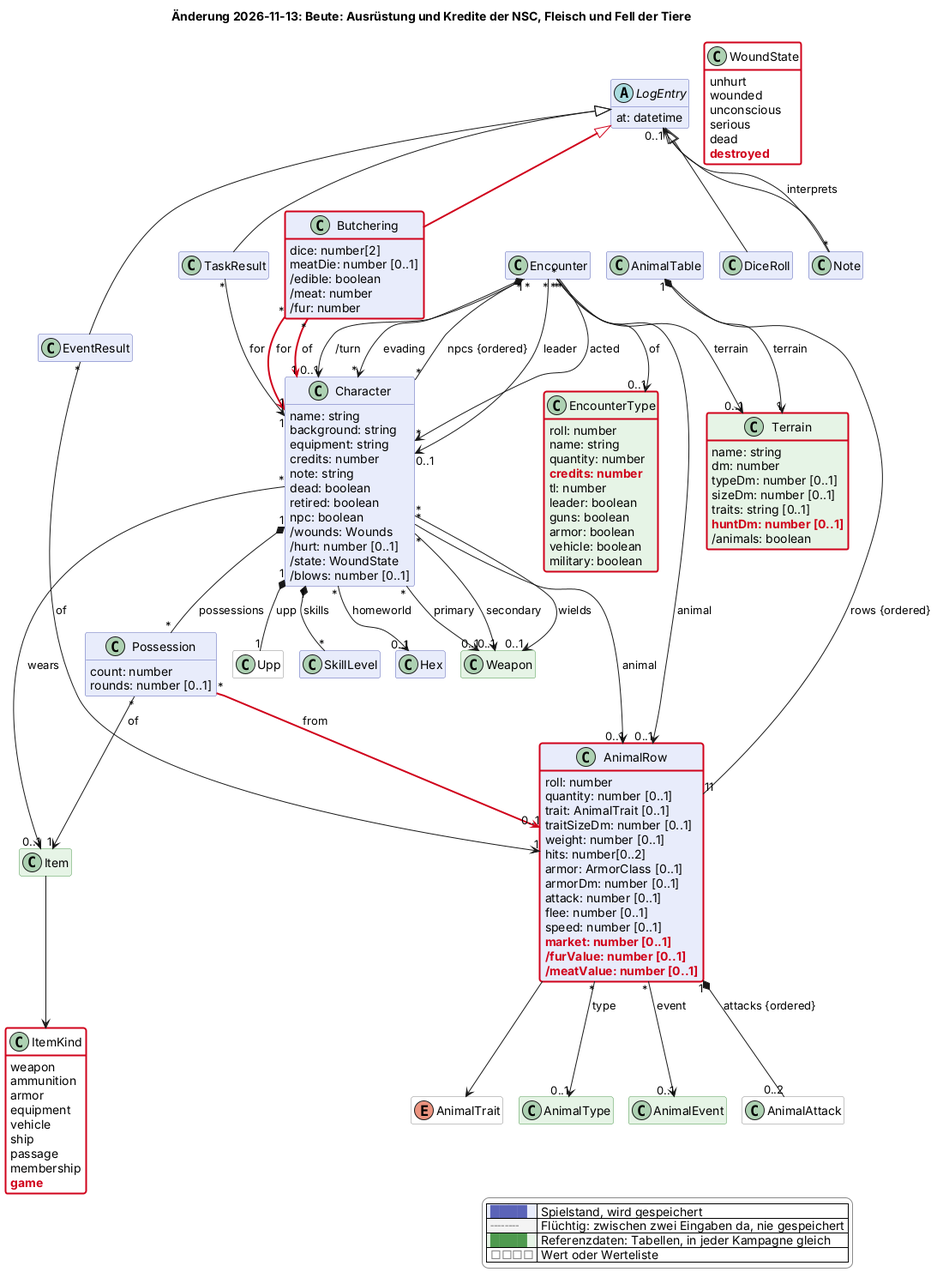
This is docs/changes/2026-11-13-beute.png from scuzzar/SRE, a PlantUML export, as it was before one commit.
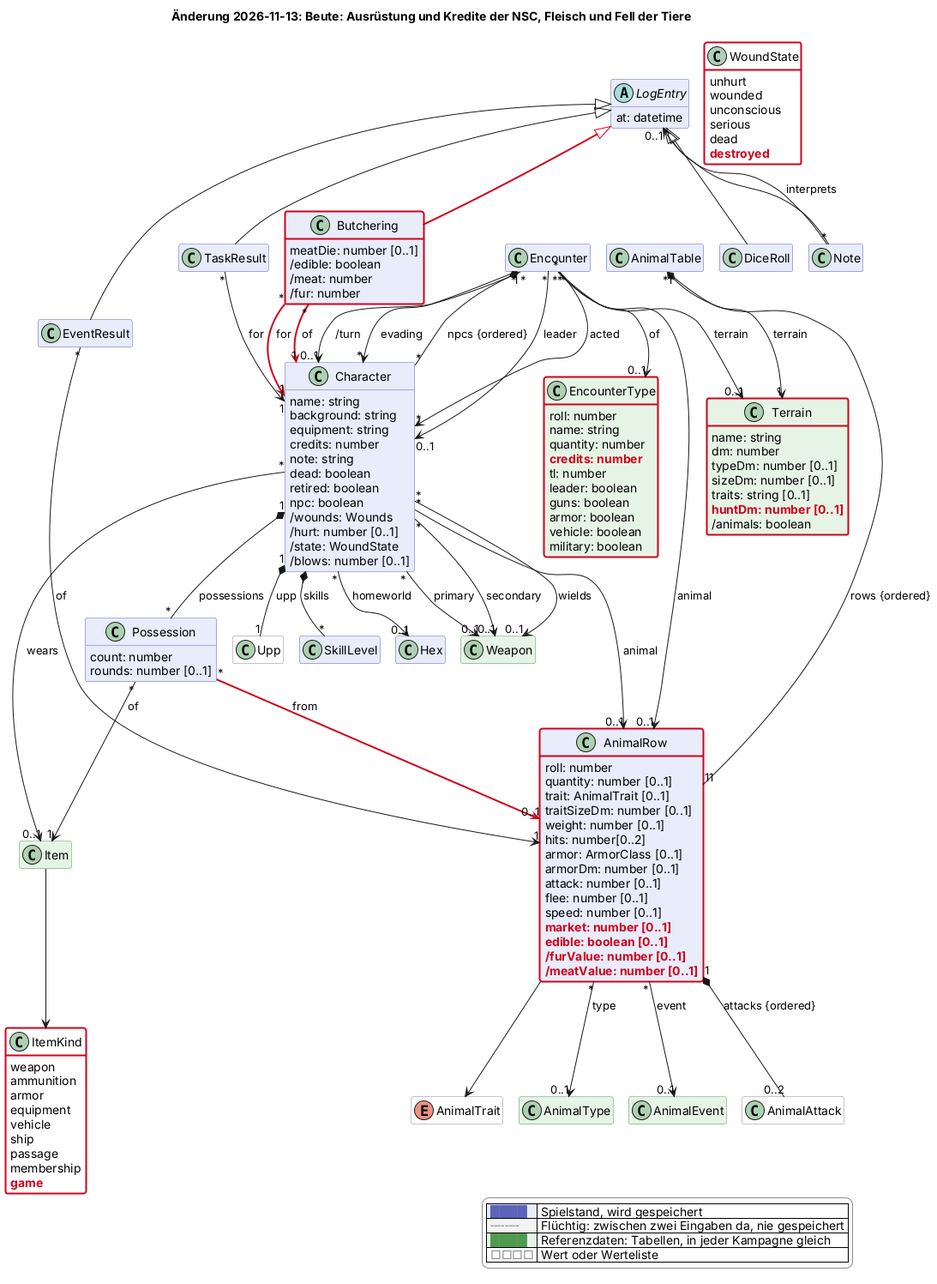
After the change.

Commit message:
Modell: Entwurf Beute, essbar je Tierart statt je Ausweiden

Change to the diagram source:
```diff
@@ -97,7 +97,6 @@
   class DiceRoll $probe
   class Note $probe
   class Butchering $begegnung $newClass("2026-11-13") {
-    dice: number[2]
     meatDie: number [0..1]
     /edible: boolean
     /meat: number
@@ -150,6 +149,7 @@
     flee: number [0..1]
     speed: number [0..1]
     $new("2026-11-13", "market: number [0..1]")
+    $new("2026-11-13", "edible: boolean [0..1]")
     $new("2026-11-13", "/furValue: number [0..1]")
     $new("2026-11-13", "/meatValue: number [0..1]")
   }
```
